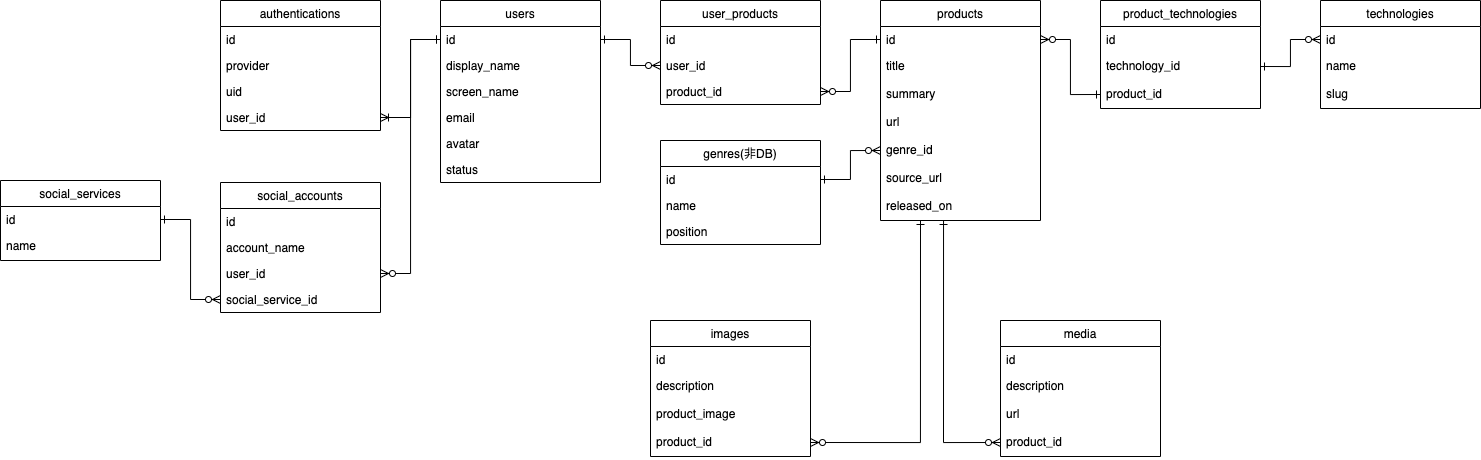
Earlier version of the draw.io export erd.png (runteq/fledge-hub). Source tidied: cells renumbered, new cells last; positions are measured from the earlier drawing's top-left corner, leaving out a move shared by most shapes.
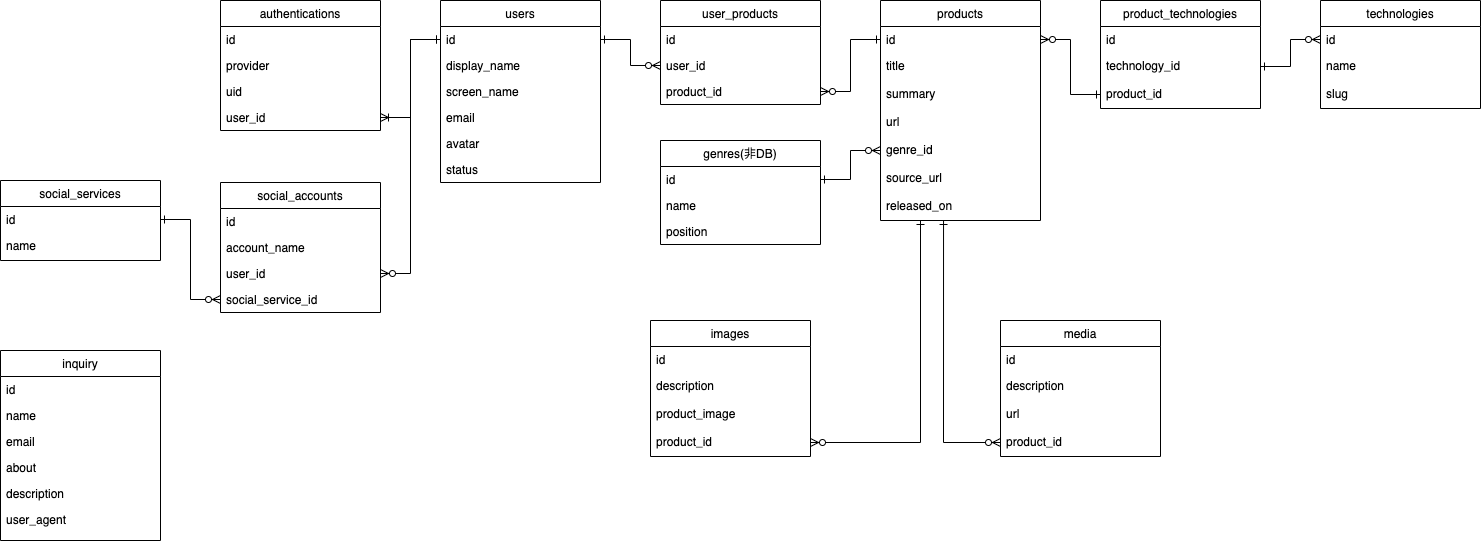
After the change.

Change to the diagram source:
```diff
@@ -212,5 +212,26 @@
     <mxCell id="65" style="edgeStyle=orthogonalEdgeStyle;rounded=0;jettySize=auto;html=1;exitX=0;exitY=0.5;exitDx=0;exitDy=0;entryX=1;entryY=0.5;entryDx=0;entryDy=0;startArrow=ERzeroToMany;startFill=1;endArrow=ERone;endFill=0;" parent="1" edge="1" source="60" target="63">
       <mxGeometry relative="1" as="geometry" />
     </mxCell>
+    <mxCell id="66" value="inquiry" style="swimlane;fontStyle=0;align=center;verticalAlign=top;horizontal=1;startSize=26;rounded=0;shadow=0;strokeWidth=1;" parent="1" vertex="1">
+      <mxGeometry y="350" width="160" height="190" as="geometry" />
+    </mxCell>
+    <mxCell id="67" value="id" style="text;align=left;verticalAlign=top;spacingLeft=4;spacingRight=4;overflow=hidden;rounded=0;shadow=0;html=0;" parent="66" vertex="1">
+      <mxGeometry y="26" width="160" height="26" as="geometry" />
+    </mxCell>
+    <mxCell id="68" value="name" style="text;align=left;verticalAlign=top;spacingLeft=4;spacingRight=4;overflow=hidden;rounded=0;shadow=0;html=0;" parent="66" vertex="1">
+      <mxGeometry y="52" width="160" height="26" as="geometry" />
+    </mxCell>
+    <mxCell id="69" value="email" style="text;align=left;verticalAlign=top;spacingLeft=4;spacingRight=4;overflow=hidden;rounded=0;shadow=0;html=0;" parent="66" vertex="1">
+      <mxGeometry y="78" width="160" height="26" as="geometry" />
+    </mxCell>
+    <mxCell id="70" value="about" style="text;align=left;verticalAlign=top;spacingLeft=4;spacingRight=4;overflow=hidden;" parent="66" vertex="1">
+      <mxGeometry y="104" width="160" height="26" as="geometry" />
+    </mxCell>
+    <mxCell id="71" value="description" style="text;align=left;verticalAlign=top;spacingLeft=4;spacingRight=4;overflow=hidden;" parent="66" vertex="1">
+      <mxGeometry y="130" width="160" height="26" as="geometry" />
+    </mxCell>
+    <mxCell id="72" value="user_agent" style="text;align=left;verticalAlign=top;spacingLeft=4;spacingRight=4;overflow=hidden;" parent="66" vertex="1">
+      <mxGeometry y="156" width="160" height="26" as="geometry" />
+    </mxCell>
   </root>
 </mxGraphModel>
```
